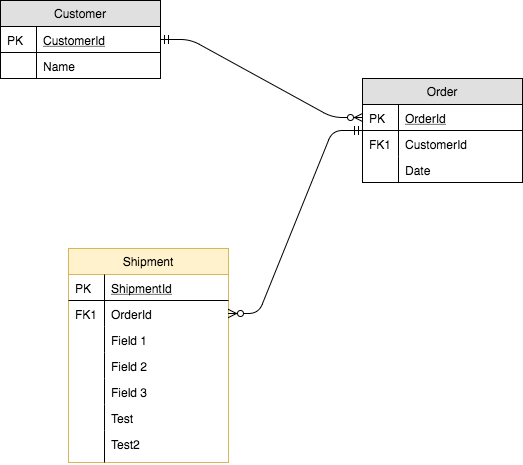
This is schema.png from alderg/sandbox, a draw.io export, as it was before one commit. Source tidied: cells renumbered, new cells last; positions are measured from the earlier drawing's top-left corner, leaving out a move shared by most shapes. Source of this version:
```xml
<mxGraphModel background="#ffffff">
  <root>
    <mxCell id="0" />
    <mxCell id="1" parent="0" />
    <mxCell id="2" value="Customer" style="swimlane;fontStyle=0;horizontal=1;startSize=26;fillColor=#e0e0e0;swimlaneFillColor=#ffffff;rounded=0;shadow=0;strokeWidth=1;" parent="1" vertex="1">
      <mxGeometry width="160" height="78" as="geometry" />
    </mxCell>
    <mxCell id="3" value="CustomerId" style="shape=partialRectangle;top=0;left=0;right=0;bottom=1;align=left;verticalAlign=top;fillColor=none;spacingLeft=40;spacingRight=4;overflow=hidden;points=[[0,0.5],[1,0.5]];portConstraint=eastwest;rounded=0;shadow=0;strokeWidth=1;fontStyle=4;" parent="2" vertex="1">
      <mxGeometry y="26" width="160" height="26" as="geometry" />
    </mxCell>
    <mxCell id="4" value="PK" style="shape=partialRectangle;top=0;left=0;bottom=0;fillColor=none;align=left;verticalAlign=top;spacingLeft=4;spacingRight=4;overflow=hidden;" parent="3" vertex="1">
      <mxGeometry width="36" height="26" as="geometry" />
    </mxCell>
    <mxCell id="5" value="Name" style="shape=partialRectangle;top=0;left=0;right=0;bottom=0;align=left;verticalAlign=top;fillColor=none;spacingLeft=40;spacingRight=4;overflow=hidden;rounded=0;shadow=0;strokeWidth=1;" parent="2" vertex="1">
      <mxGeometry y="52" width="160" height="26" as="geometry" />
    </mxCell>
    <mxCell id="6" style="shape=partialRectangle;top=0;left=0;bottom=0;fillColor=none;align=left;verticalAlign=top;spacingLeft=4;spacingRight=4;overflow=hidden;" parent="5" vertex="1">
      <mxGeometry width="36" height="26" as="geometry" />
    </mxCell>
    <mxCell id="7" value="Order" style="swimlane;fontStyle=0;horizontal=1;startSize=26;fillColor=#e0e0e0;swimlaneFillColor=#ffffff;rounded=0;shadow=0;strokeWidth=1;" parent="1" vertex="1">
      <mxGeometry x="362" y="78" width="160" height="104" as="geometry" />
    </mxCell>
    <mxCell id="8" value="OrderId" style="shape=partialRectangle;top=0;left=0;right=0;bottom=1;align=left;verticalAlign=top;fillColor=none;spacingLeft=40;spacingRight=4;overflow=hidden;points=[[0,0.5],[1,0.5]];portConstraint=eastwest;rounded=0;shadow=0;strokeWidth=1;fontStyle=4;" parent="7" vertex="1">
      <mxGeometry y="26" width="160" height="26" as="geometry" />
    </mxCell>
    <mxCell id="9" value="PK" style="shape=partialRectangle;top=0;left=0;bottom=0;fillColor=none;align=left;verticalAlign=top;spacingLeft=4;spacingRight=4;overflow=hidden;" parent="8" vertex="1">
      <mxGeometry width="36" height="26" as="geometry" />
    </mxCell>
    <mxCell id="10" value="CustomerId" style="shape=partialRectangle;top=0;left=0;right=0;bottom=0;align=left;verticalAlign=top;fillColor=none;spacingLeft=40;spacingRight=4;overflow=hidden;rounded=0;shadow=0;strokeWidth=1;" parent="7" vertex="1">
      <mxGeometry y="52" width="160" height="26" as="geometry" />
    </mxCell>
    <mxCell id="11" value="FK1" style="shape=partialRectangle;top=0;left=0;bottom=0;fillColor=none;align=left;verticalAlign=top;spacingLeft=4;spacingRight=4;overflow=hidden;" parent="10" vertex="1">
      <mxGeometry width="36" height="26" as="geometry" />
    </mxCell>
    <mxCell id="12" value="Date" style="shape=partialRectangle;top=0;left=0;right=0;bottom=0;align=left;verticalAlign=top;fillColor=none;spacingLeft=40;spacingRight=4;overflow=hidden;rounded=0;shadow=0;strokeWidth=1;" parent="7" vertex="1">
      <mxGeometry y="78" width="160" height="26" as="geometry" />
    </mxCell>
    <mxCell id="13" style="shape=partialRectangle;top=0;left=0;bottom=0;fillColor=none;align=left;verticalAlign=top;spacingLeft=4;spacingRight=4;overflow=hidden;" parent="12" vertex="1">
      <mxGeometry width="36" height="26" as="geometry" />
    </mxCell>
    <mxCell id="14" style="edgeStyle=entityRelationEdgeStyle;endArrow=ERzeroToMany;startArrow=ERmandOne;shadow=0;strokeWidth=1;" parent="1" edge="1" source="3" target="8">
      <mxGeometry relative="1" as="geometry" />
    </mxCell>
    <mxCell id="15" value="Shipment" style="swimlane;fontStyle=0;horizontal=1;startSize=26;fillColor=#fff2cc;swimlaneFillColor=#ffffff;rounded=0;shadow=0;strokeWidth=1;strokeColor=#d6b656;" parent="1" vertex="1">
      <mxGeometry x="68" y="248" width="160" height="214" as="geometry" />
    </mxCell>
    <mxCell id="16" value="ShipmentId" style="shape=partialRectangle;top=0;left=0;right=0;bottom=1;align=left;verticalAlign=top;fillColor=none;spacingLeft=40;spacingRight=4;overflow=hidden;rounded=0;shadow=0;strokeWidth=1;fontStyle=4;" parent="15" vertex="1">
      <mxGeometry y="26" width="160" height="26" as="geometry" />
    </mxCell>
    <mxCell id="17" value="PK" style="shape=partialRectangle;top=0;left=0;bottom=0;fillColor=none;align=left;verticalAlign=top;spacingLeft=4;spacingRight=4;overflow=hidden;" parent="16" vertex="1">
      <mxGeometry width="36" height="26" as="geometry" />
    </mxCell>
    <mxCell id="18" value="OrderId" style="shape=partialRectangle;top=0;left=0;right=0;bottom=0;align=left;verticalAlign=top;fillColor=none;spacingLeft=40;spacingRight=4;overflow=hidden;points=[[0,0.5],[1,0.5]];portConstraint=eastwest;rounded=0;shadow=0;strokeWidth=1;" parent="15" vertex="1">
      <mxGeometry y="52" width="160" height="26" as="geometry" />
    </mxCell>
    <mxCell id="19" value="FK1" style="shape=partialRectangle;top=0;left=0;bottom=0;fillColor=none;align=left;verticalAlign=top;spacingLeft=4;spacingRight=4;overflow=hidden;" parent="18" vertex="1">
      <mxGeometry width="36" height="26" as="geometry" />
    </mxCell>
    <mxCell id="20" value="Field 1" style="shape=partialRectangle;top=0;left=0;right=0;bottom=0;align=left;verticalAlign=top;fillColor=none;spacingLeft=40;spacingRight=4;overflow=hidden;rounded=0;shadow=0;strokeWidth=1;" parent="15" vertex="1">
      <mxGeometry y="78" width="160" height="26" as="geometry" />
    </mxCell>
    <mxCell id="21" style="shape=partialRectangle;top=0;left=0;bottom=0;fillColor=none;align=left;verticalAlign=top;spacingLeft=4;spacingRight=4;overflow=hidden;" parent="20" vertex="1">
      <mxGeometry width="36" height="26" as="geometry" />
    </mxCell>
    <mxCell id="22" value="Field 2" style="shape=partialRectangle;top=0;left=0;right=0;bottom=0;align=left;verticalAlign=top;fillColor=none;spacingLeft=40;spacingRight=4;overflow=hidden;rounded=0;shadow=0;strokeWidth=1;" parent="15" vertex="1">
      <mxGeometry y="104" width="160" height="26" as="geometry" />
    </mxCell>
    <mxCell id="23" style="shape=partialRectangle;top=0;left=0;bottom=0;fillColor=none;align=left;verticalAlign=top;spacingLeft=4;spacingRight=4;overflow=hidden;" parent="22" vertex="1">
      <mxGeometry width="36" height="26" as="geometry" />
    </mxCell>
    <mxCell id="24" value="Field 3" style="shape=partialRectangle;top=0;left=0;right=0;bottom=0;align=left;verticalAlign=top;fillColor=none;spacingLeft=40;spacingRight=4;overflow=hidden;rounded=0;shadow=0;strokeWidth=1;" parent="15" vertex="1">
      <mxGeometry y="130" width="160" height="26" as="geometry" />
    </mxCell>
    <mxCell id="25" style="shape=partialRectangle;top=0;left=0;bottom=0;fillColor=none;align=left;verticalAlign=top;spacingLeft=4;spacingRight=4;overflow=hidden;" parent="24" vertex="1">
      <mxGeometry width="36" height="26" as="geometry" />
    </mxCell>
    <mxCell id="26" value="Test" style="shape=partialRectangle;top=0;left=0;right=0;bottom=0;align=left;verticalAlign=top;fillColor=none;spacingLeft=40;spacingRight=4;overflow=hidden;rounded=0;shadow=0;strokeWidth=1;" parent="15" vertex="1">
      <mxGeometry y="156" width="160" height="26" as="geometry" />
    </mxCell>
    <mxCell id="27" style="shape=partialRectangle;top=0;left=0;bottom=0;fillColor=none;align=left;verticalAlign=top;spacingLeft=4;spacingRight=4;overflow=hidden;" parent="26" vertex="1">
      <mxGeometry width="36" height="26" as="geometry" />
    </mxCell>
    <mxCell id="28" value="Test2" style="shape=partialRectangle;top=0;left=0;right=0;bottom=0;align=left;verticalAlign=top;fillColor=none;spacingLeft=40;spacingRight=4;overflow=hidden;rounded=0;shadow=0;strokeWidth=1;" parent="15" vertex="1">
      <mxGeometry y="182" width="160" height="32" as="geometry" />
    </mxCell>
    <mxCell id="29" style="shape=partialRectangle;top=0;left=0;bottom=0;fillColor=none;align=left;verticalAlign=top;spacingLeft=4;spacingRight=4;overflow=hidden;" parent="28" vertex="1">
      <mxGeometry width="36" height="32" as="geometry" />
    </mxCell>
    <mxCell id="30" style="edgeStyle=entityRelationEdgeStyle;endArrow=ERzeroToMany;startArrow=ERmandOne;shadow=0;strokeWidth=1;" parent="1" edge="1" source="7" target="18">
      <mxGeometry relative="1" as="geometry" />
    </mxCell>
  </root>
</mxGraphModel>
```
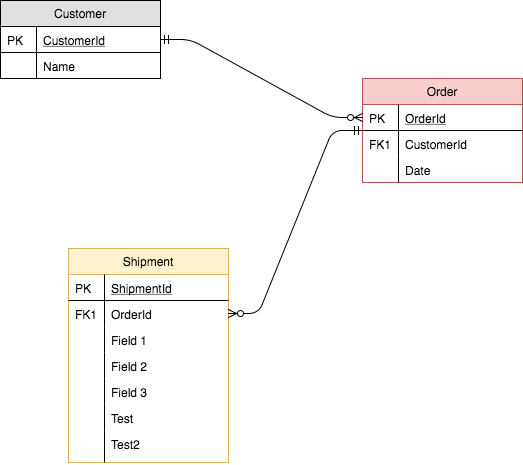
The same file after the commit.

Diff of the diagram source:
```diff
@@ -17,7 +17,7 @@
     <mxCell id="6" style="shape=partialRectangle;top=0;left=0;bottom=0;fillColor=none;align=left;verticalAlign=top;spacingLeft=4;spacingRight=4;overflow=hidden;" parent="5" vertex="1">
       <mxGeometry width="36" height="26" as="geometry" />
     </mxCell>
-    <mxCell id="7" value="Order" style="swimlane;fontStyle=0;horizontal=1;startSize=26;fillColor=#e0e0e0;swimlaneFillColor=#ffffff;rounded=0;shadow=0;strokeWidth=1;" parent="1" vertex="1">
+    <mxCell id="7" value="Order" style="swimlane;fontStyle=0;horizontal=1;startSize=26;fillColor=#f8cecc;swimlaneFillColor=#ffffff;rounded=0;shadow=0;strokeWidth=1;strokeColor=#b85450;" parent="1" vertex="1">
       <mxGeometry x="362" y="78" width="160" height="104" as="geometry" />
     </mxCell>
     <mxCell id="8" value="OrderId" style="shape=partialRectangle;top=0;left=0;right=0;bottom=1;align=left;verticalAlign=top;fillColor=none;spacingLeft=40;spacingRight=4;overflow=hidden;points=[[0,0.5],[1,0.5]];portConstraint=eastwest;rounded=0;shadow=0;strokeWidth=1;fontStyle=4;" parent="7" vertex="1">
```
